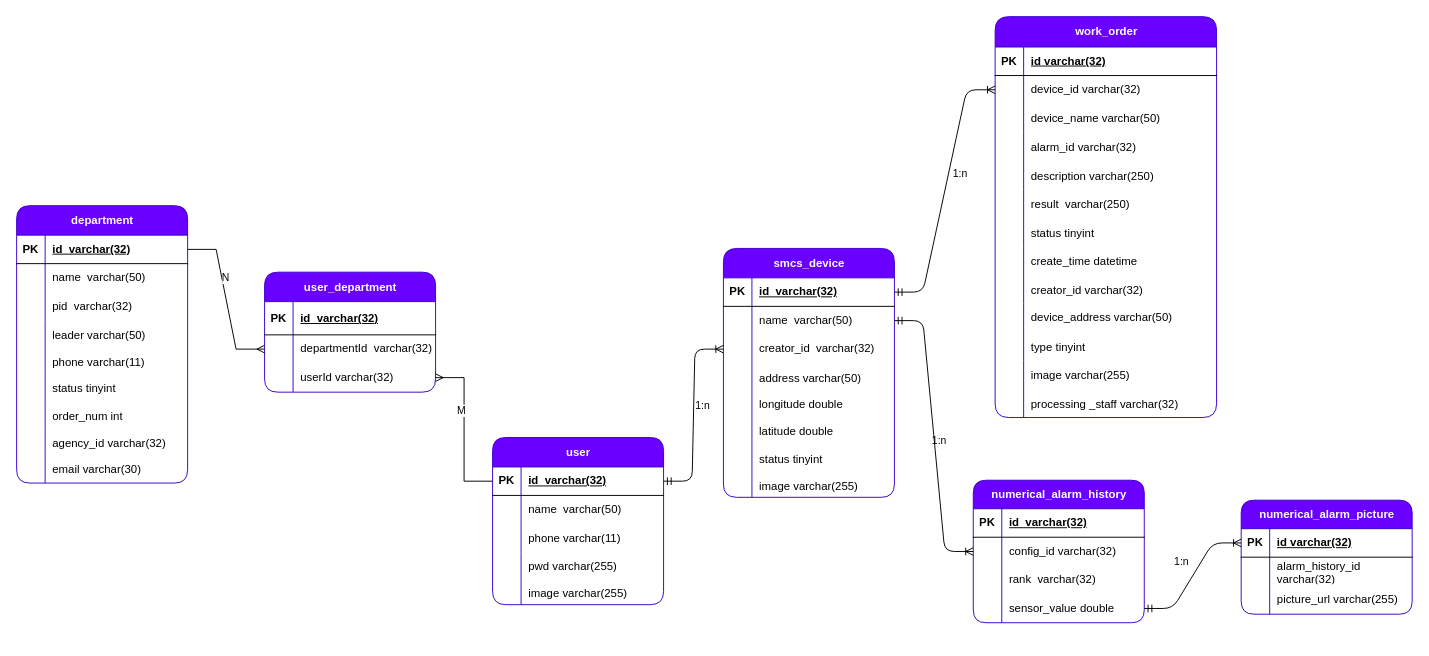
Earlier version of the draw.io diagram page "数据库e-r图" (3 of 5) of 模块.drawio (viking-wj/software). Source tidied: cells renumbered, new cells numbered last; positions are measured from the earlier drawing's top-left corner, leaving out a move shared by most shapes. Both pictures are drawn from the tidied source at 95%, with x=0, y=0 at pixel (16, -101).
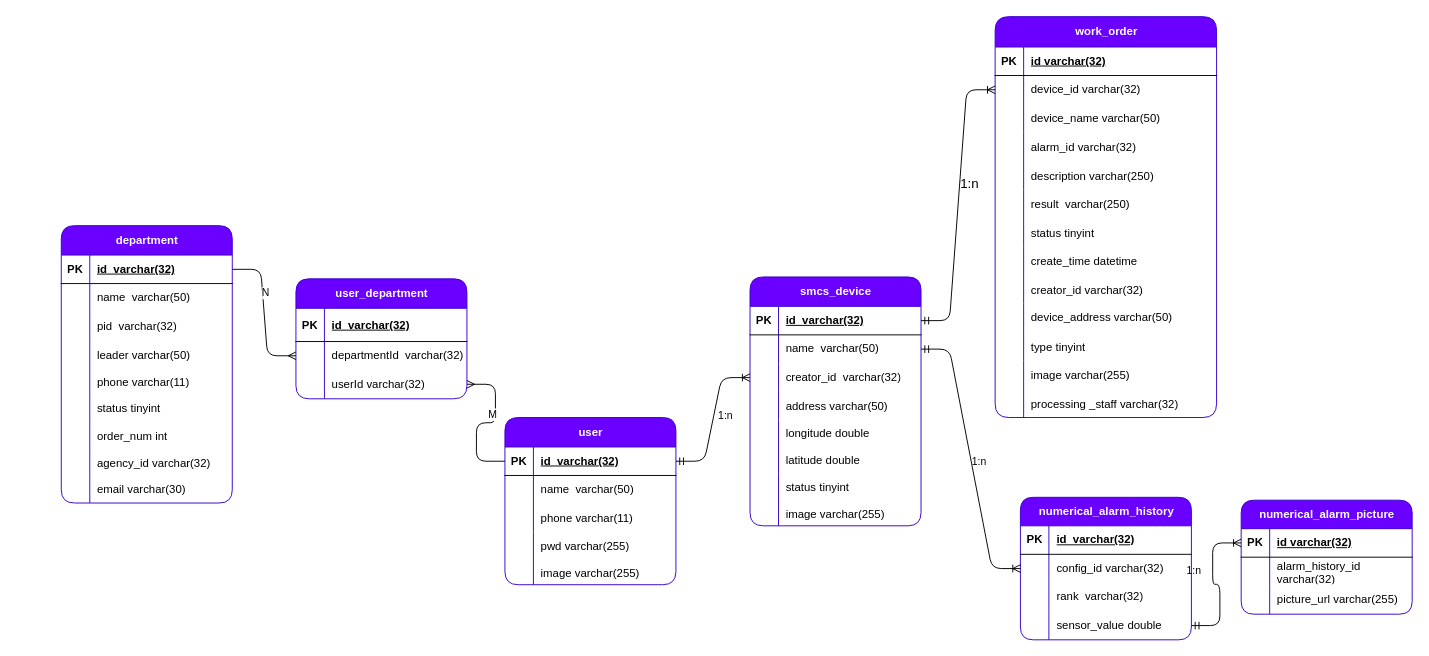
The same diagram, later.

Unchanged cells that the change refers to:
```xml
<mxCell id="67" style="edgeStyle=entityRelationEdgeStyle;fontSize=12;html=1;endArrow=ERoneToMany;startArrow=ERmandOne;rounded=1;exitX=1;exitY=0.5;exitDx=0;exitDy=0;labelBackgroundColor=none;fontColor=default;" parent="1" edge="1" source="3" target="31">
  <mxGeometry relative="1" as="geometry">
    <Array as="points">
      <mxPoint x="964" y="424" />
    </Array>
  </mxGeometry>
</mxCell>
<mxCell id="97" style="shape=tableRow;horizontal=0;startSize=0;swimlaneHead=0;swimlaneBody=0;fillColor=none;points=[[0,0.5],[1,0.5]];portConstraint=eastwest;top=0;left=0;right=0;bottom=1;rounded=1;labelBackgroundColor=none;" parent="96" vertex="1">
  <mxGeometry y="31" width="180" height="30" as="geometry" />
</mxCell>
<mxCell id="113" style="shape=tableRow;horizontal=0;startSize=0;swimlaneHead=0;swimlaneBody=0;fillColor=none;points=[[0,0.5],[1,0.5]];portConstraint=eastwest;top=0;left=0;right=0;bottom=1;rounded=1;labelBackgroundColor=none;" parent="112" vertex="1">
  <mxGeometry y="31" width="180" height="30" as="geometry" />
</mxCell>
<mxCell id="146" style="shape=tableRow;horizontal=0;startSize=0;swimlaneHead=0;swimlaneBody=0;fillColor=none;points=[[0,0.5],[1,0.5]];portConstraint=eastwest;top=0;left=0;right=0;bottom=0;rounded=1;labelBackgroundColor=none;" parent="142" vertex="1">
  <mxGeometry y="66" width="180" height="30" as="geometry" />
</mxCell>
<mxCell id="149" style="shape=tableRow;horizontal=0;startSize=0;swimlaneHead=0;swimlaneBody=0;fillColor=none;points=[[0,0.5],[1,0.5]];portConstraint=eastwest;top=0;left=0;right=0;bottom=0;rounded=1;labelBackgroundColor=none;" parent="142" vertex="1">
  <mxGeometry y="96" width="180" height="30" as="geometry" />
</mxCell>
```

What changed in the source:
```diff
@@
     <mxCell id="2" value="smcs_device" style="shape=table;startSize=31;childLayout=tableLayout;rowLines=0;fontStyle=1;align=center;html=1;rounded=1;labelBackgroundColor=none;fillColor=#6a00ff;fontColor=#ffffff;strokeColor=#3700CC;" parent="1" vertex="1">
-      <mxGeometry x="744" y="367" width="180" height="262" as="geometry" />
+      <mxGeometry x="772" y="397" width="180" height="262" as="geometry" />
     </mxCell>
@@
-    <mxCell id="68" value="1:n" style="edgeLabel;html=1;align=center;verticalAlign=middle;rounded=1;labelBackgroundColor=none;" parent="67" vertex="1">
+    <mxCell id="68" value="1:n" style="edgeLabel;html=1;align=center;verticalAlign=middle;rounded=1;labelBackgroundColor=none;fontSize=14;" parent="67" vertex="1">
       <mxGeometry x="0.23" y="-1" relative="1" as="geometry">
         <mxPoint x="8" y="12" as="offset" />
       </mxGeometry>
     </mxCell>
@@
     <mxCell id="79" value="numerical_alarm_history" style="shape=table;startSize=30;childLayout=tableLayout;rowLines=0;fontStyle=1;align=center;html=1;rounded=1;labelBackgroundColor=none;fillColor=#6a00ff;fontColor=#ffffff;strokeColor=#3700CC;" parent="1" vertex="1">
-      <mxGeometry x="1007" y="611" width="180" height="150" as="geometry" />
+      <mxGeometry x="1056.6" y="629" width="180" height="150" as="geometry" />
     </mxCell>
@@
     <mxCell id="96" value="user" style="shape=table;startSize=31;childLayout=tableLayout;rowLines=0;fontStyle=1;align=center;html=1;rounded=1;labelBackgroundColor=none;fillColor=#6a00ff;fontColor=#ffffff;strokeColor=#3700CC;" parent="1" vertex="1">
-      <mxGeometry x="501" y="566" width="180" height="176" as="geometry" />
+      <mxGeometry x="514" y="545" width="180" height="176" as="geometry" />
     </mxCell>
@@
     <mxCell id="112" value="department" style="shape=table;startSize=31;childLayout=tableLayout;rowLines=0;fontStyle=1;align=center;html=1;rounded=1;labelBackgroundColor=none;fillColor=#6a00ff;fontColor=#ffffff;strokeColor=#3700CC;" parent="1" vertex="1">
-      <mxGeometry y="322" width="180" height="292" as="geometry" />
+      <mxGeometry x="47" y="343" width="180" height="292" as="geometry" />
     </mxCell>
@@
     <mxCell id="142" value="user_department" style="shape=table;startSize=31;childLayout=tableLayout;rowLines=0;fontStyle=1;align=center;html=1;rounded=1;labelBackgroundColor=none;fillColor=#6a00ff;fontColor=#ffffff;strokeColor=#3700CC;" parent="1" vertex="1">
-      <mxGeometry x="261" y="392" width="180" height="126.3" as="geometry" />
+      <mxGeometry x="294" y="399" width="180" height="126.3" as="geometry" />
     </mxCell>
@@
-    <mxCell id="152" style="edgeStyle=entityRelationEdgeStyle;fontSize=12;html=1;endArrow=ERmany;rounded=0;exitX=0;exitY=0.5;exitDx=0;exitDy=0;entryX=1;entryY=0.5;entryDx=0;entryDy=0;" parent="1" edge="1" source="97" target="149">
+    <mxCell id="152" style="edgeStyle=entityRelationEdgeStyle;fontSize=12;html=1;endArrow=ERmany;rounded=1;exitX=0;exitY=0.5;exitDx=0;exitDy=0;entryX=1;entryY=0.5;entryDx=0;entryDy=0;" parent="1" edge="1" source="97" target="149">
       <mxGeometry relative="1" as="geometry" />
     </mxCell>
@@
-    <mxCell id="154" style="edgeStyle=entityRelationEdgeStyle;fontSize=12;html=1;endArrow=ERmany;rounded=0;entryX=0;entryY=0.5;entryDx=0;entryDy=0;exitX=1;exitY=0.5;exitDx=0;exitDy=0;" parent="1" edge="1" source="113" target="146">
+    <mxCell id="154" style="edgeStyle=entityRelationEdgeStyle;fontSize=12;html=1;endArrow=ERmany;rounded=1;entryX=0;entryY=0.5;entryDx=0;entryDy=0;exitX=1;exitY=0.5;exitDx=0;exitDy=0;" parent="1" edge="1" source="113" target="146">
       <mxGeometry relative="1" as="geometry">
         <Array as="points">
           <mxPoint x="165" />
         </Array>
       </mxGeometry>
     </mxCell>
```
